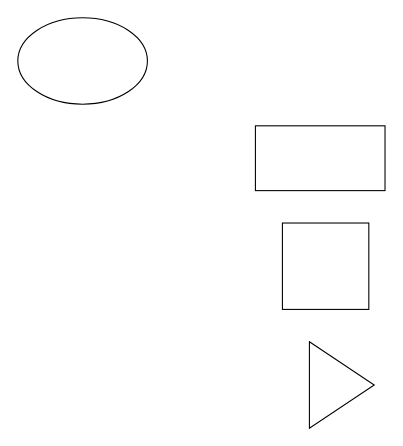
The draw.io diagram sample.drawio in divyajaini789/Lesson-1-Intro-to-Python, before the edit. Source tidied: cells renumbered, new cells numbered last; positions are measured from the earlier drawing's top-left corner, leaving out a move shared by most shapes. Both pictures are drawn from the tidied source at 108%, with x=0, y=0 at pixel (17, 17).
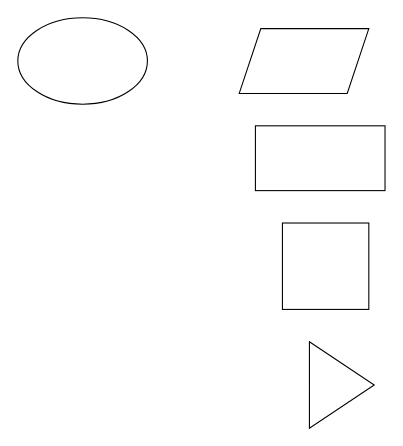
After the change.

What changed in the source:
```diff
@@
 <mxGraphModel>
   <root>
     <mxCell id="0" />
     <mxCell id="1" parent="0" />
     <mxCell id="2" style="rounded=0;whiteSpace=wrap;html=1;" parent="1" vertex="1">
       <mxGeometry x="220" y="100" width="120" height="60" as="geometry" />
     </mxCell>
     <mxCell id="3" style="whiteSpace=wrap;html=1;" parent="1" vertex="1">
       <mxGeometry x="245" y="190" width="80" height="80" as="geometry" />
     </mxCell>
     <mxCell id="4" style="triangle;whiteSpace=wrap;html=1;" parent="1" vertex="1">
       <mxGeometry x="270" y="300" width="60" height="80" as="geometry" />
     </mxCell>
     <mxCell id="5" style="ellipse;whiteSpace=wrap;html=1;" parent="1" vertex="1">
       <mxGeometry width="120" height="80" as="geometry" />
     </mxCell>
+    <mxCell id="6" style="shape=parallelogram;perimeter=parallelogramPerimeter;whiteSpace=wrap;html=1;fixedSize=1;" parent="1" vertex="1">
+      <mxGeometry x="205" y="10" width="120" height="60" as="geometry" />
+    </mxCell>
   </root>
 </mxGraphModel>
```
